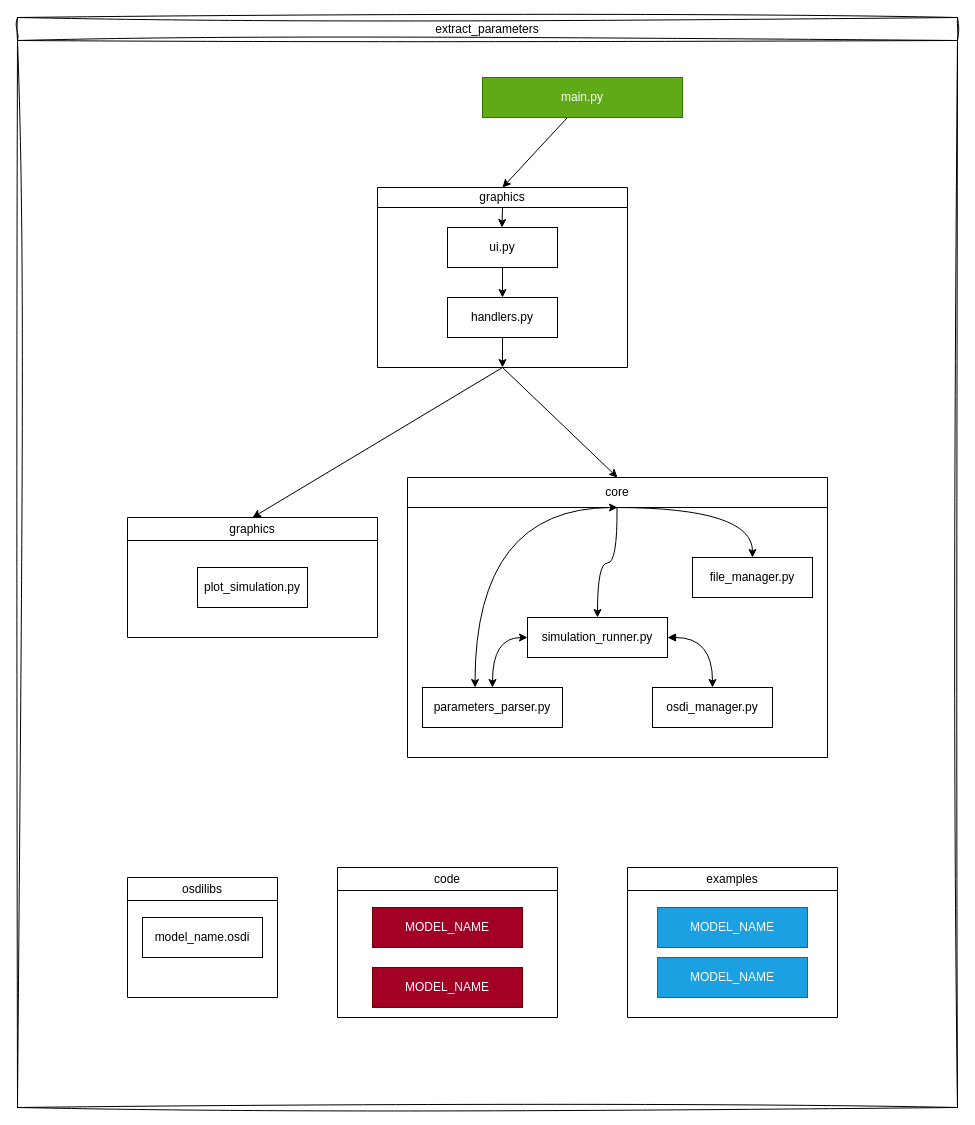
gilspi/extract_parameters keeps this draw.io diagram as project.drawio. Above is the earlier version. Source tidied: cells renumbered, new cells numbered last; positions are measured from the earlier drawing's top-left corner, leaving out a move shared by most shapes. Both pictures are drawn from the tidied source at 100%, with x=0, y=0 at pixel (17, 17).
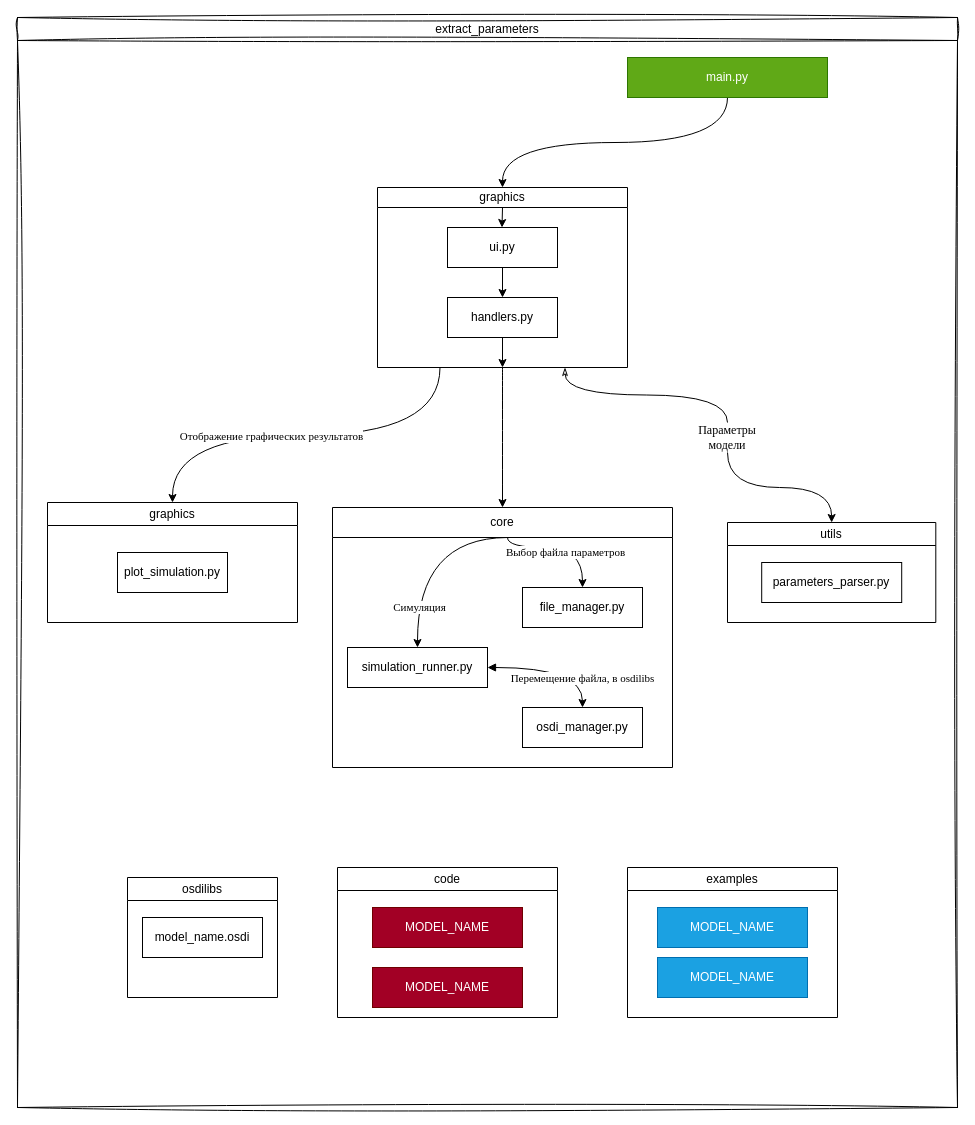
The same page after the edit.

Unchanged cells that the change refers to:
```xml
<mxCell id="2" value="extract_parameters" style="swimlane;whiteSpace=wrap;html=1;fontStyle=0;sketch=1;curveFitting=1;jiggle=2;" parent="1" vertex="1">
  <mxGeometry width="940" height="1090" as="geometry" />
</mxCell>
<mxCell id="8" style="edgeStyle=orthogonalEdgeStyle;html=1;exitX=1;exitY=0.5;exitDx=0;exitDy=0;entryX=0.5;entryY=0;entryDx=0;entryDy=0;curved=1;startArrow=block;startFill=1;" parent="5" edge="1" source="10" target="7">
  <mxGeometry relative="1" as="geometry" />
</mxCell>
<mxCell id="17" value="graphics" style="swimlane;whiteSpace=wrap;html=1;fontStyle=0;startSize=20;" parent="2" vertex="1">
  <mxGeometry x="360" y="170" width="250" height="180" as="geometry" />
</mxCell>
```

Diff of the diagram source:
```diff
@@
-    <mxCell id="3" style="edgeStyle=none;html=1;entryX=0.5;entryY=0;entryDx=0;entryDy=0;" parent="2" edge="1" target="17">
-      <mxGeometry relative="1" as="geometry">
-        <mxPoint x="550" y="100" as="sourcePoint" />
-      </mxGeometry>
+    <mxCell id="3" style="edgeStyle=orthogonalEdgeStyle;html=1;entryX=0.5;entryY=0;entryDx=0;entryDy=0;exitX=0.5;exitY=1;exitDx=0;exitDy=0;curved=1;" parent="2" edge="1" source="4" target="17">
+      <mxGeometry relative="1" as="geometry" />
     </mxCell>
     <mxCell id="4" value="main.py" style="rounded=0;whiteSpace=wrap;html=1;fillColor=#60a917;fontColor=#ffffff;strokeColor=#2D7600;" parent="2" vertex="1">
-      <mxGeometry x="465" y="60" width="200" height="40" as="geometry" />
+      <mxGeometry x="610" y="40" width="200" height="40" as="geometry" />
     </mxCell>
     <mxCell id="5" value="core" style="swimlane;whiteSpace=wrap;html=1;fontStyle=0;startSize=30;" parent="2" vertex="1">
-      <mxGeometry x="390" y="460" width="420" height="280" as="geometry" />
+      <mxGeometry x="315" y="490" width="340" height="260" as="geometry" />
     </mxCell>
-    <mxCell id="6" value="parameters_parser.py" style="rounded=0;whiteSpace=wrap;html=1;" parent="5" vertex="1">
-      <mxGeometry x="15" y="210" width="140" height="40" as="geometry" />
-    </mxCell>
     <mxCell id="7" value="osdi_manager.py" style="rounded=0;whiteSpace=wrap;html=1;" parent="5" vertex="1">
-      <mxGeometry x="245" y="210" width="120" height="40" as="geometry" />
+      <mxGeometry x="190" y="200" width="120" height="40" as="geometry" />
     </mxCell>
@@
-    <mxCell id="9" style="edgeStyle=orthogonalEdgeStyle;html=1;exitX=0;exitY=0.5;exitDx=0;exitDy=0;entryX=0.5;entryY=0;entryDx=0;entryDy=0;curved=1;startArrow=classic;startFill=1;" parent="5" edge="1" source="10" target="6">
-      <mxGeometry relative="1" as="geometry" />
-    </mxCell>
+    <mxCell id="33" value="Перемещение файла, в osdilibs" style="edgeLabel;html=1;align=center;verticalAlign=middle;fontFamily=Times New Roman;" parent="8" vertex="1">
+      <mxGeometry x="-0.03" y="-6" relative="1" as="geometry">
+        <mxPoint x="29" y="4" as="offset" />
+      </mxGeometry>
+    </mxCell>
     <mxCell id="10" value="simulation_runner.py" style="rounded=0;whiteSpace=wrap;html=1;" parent="5" vertex="1">
-      <mxGeometry x="120" y="140" width="140" height="40" as="geometry" />
+      <mxGeometry x="15" y="140" width="140" height="40" as="geometry" />
     </mxCell>
     <mxCell id="11" style="edgeStyle=orthogonalEdgeStyle;html=1;entryX=0.5;entryY=0;entryDx=0;entryDy=0;curved=1;startArrow=none;startFill=0;" parent="5" edge="1" target="12">
       <mxGeometry relative="1" as="geometry">
-        <mxPoint x="210" y="30" as="sourcePoint" />
+        <mxPoint x="175" y="30" as="sourcePoint" />
+        <Array as="points">
+          <mxPoint x="175" y="40" />
+          <mxPoint x="250" y="40" />
+        </Array>
       </mxGeometry>
     </mxCell>
+    <mxCell id="34" value="Выбор файла параметров" style="edgeLabel;html=1;align=center;verticalAlign=middle;fontFamily=Times New Roman;" parent="11" vertex="1">
+      <mxGeometry x="0.07" y="-4" relative="1" as="geometry" />
+    </mxCell>
     <mxCell id="12" value="file_manager.py" style="rounded=0;whiteSpace=wrap;html=1;" parent="5" vertex="1">
-      <mxGeometry x="285" y="80" width="120" height="40" as="geometry" />
+      <mxGeometry x="190" y="80" width="120" height="40" as="geometry" />
     </mxCell>
-    <mxCell id="13" style="edgeStyle=orthogonalEdgeStyle;html=1;exitX=0.5;exitY=1;exitDx=0;exitDy=0;entryX=0.5;entryY=0;entryDx=0;entryDy=0;curved=1;startArrow=none;startFill=0;" parent="5" edge="1" target="10">
+    <mxCell id="13" style="edgeStyle=orthogonalEdgeStyle;html=1;entryX=0.5;entryY=0;entryDx=0;entryDy=0;curved=1;startArrow=none;startFill=0;" parent="5" edge="1" target="10">
       <mxGeometry relative="1" as="geometry">
-        <mxPoint x="209.5" y="30" as="sourcePoint" />
+        <mxPoint x="175" y="30" as="sourcePoint" />
       </mxGeometry>
     </mxCell>
-    <mxCell id="14" style="edgeStyle=orthogonalEdgeStyle;html=1;entryX=0.5;entryY=0;entryDx=0;entryDy=0;curved=1;startArrow=classic;startFill=1;" parent="5" edge="1">
-      <mxGeometry relative="1" as="geometry">
-        <mxPoint x="210" y="30" as="sourcePoint" />
-        <mxPoint x="67.5" y="210" as="targetPoint" />
-      </mxGeometry>
-    </mxCell>
+    <mxCell id="35" value="Симуляция" style="edgeLabel;html=1;align=center;verticalAlign=middle;fontFamily=Times New Roman;" parent="13" vertex="1">
+      <mxGeometry x="0.59" y="1" relative="1" as="geometry" />
+    </mxCell>
-    <mxCell id="15" style="edgeStyle=none;html=1;exitX=0.5;exitY=1;exitDx=0;exitDy=0;entryX=0.5;entryY=0;entryDx=0;entryDy=0;" parent="2" edge="1" source="17" target="5">
+    <mxCell id="15" style="edgeStyle=orthogonalEdgeStyle;html=1;exitX=0.5;exitY=1;exitDx=0;exitDy=0;entryX=0.5;entryY=0;entryDx=0;entryDy=0;curved=1;" parent="2" edge="1" source="17" target="5">
       <mxGeometry relative="1" as="geometry" />
     </mxCell>
-    <mxCell id="16" style="edgeStyle=none;html=1;entryX=0.5;entryY=0;entryDx=0;entryDy=0;exitX=0.5;exitY=1;exitDx=0;exitDy=0;" parent="2" edge="1" source="17" target="31">
+    <mxCell id="16" style="edgeStyle=orthogonalEdgeStyle;html=1;entryX=0.5;entryY=0;entryDx=0;entryDy=0;exitX=0.25;exitY=1;exitDx=0;exitDy=0;curved=1;" parent="2" edge="1" source="17" target="31">
       <mxGeometry relative="1" as="geometry" />
     </mxCell>
+    <mxCell id="36" value="Отображение графических результатов" style="edgeLabel;html=1;align=center;verticalAlign=middle;fontFamily=Times New Roman;" parent="16" vertex="1">
+      <mxGeometry x="0.18" y="1" relative="1" as="geometry" />
+    </mxCell>
+    <mxCell id="37" style="edgeStyle=orthogonalEdgeStyle;curved=1;html=1;exitX=0.5;exitY=1;exitDx=0;exitDy=0;entryX=0.5;entryY=0;entryDx=0;entryDy=0;startArrow=none;startFill=0;fontFamily=Times New Roman;" parent="2" edge="1" source="40" target="38">
+      <mxGeometry relative="1" as="geometry" />
+    </mxCell>
@@
     <mxCell id="31" value="graphics" style="swimlane;whiteSpace=wrap;html=1;fontStyle=0;" parent="2" vertex="1">
-      <mxGeometry x="110" y="500" width="250" height="120" as="geometry" />
+      <mxGeometry x="30" y="485" width="250" height="120" as="geometry" />
     </mxCell>
@@
+    <mxCell id="38" value="utils" style="swimlane;whiteSpace=wrap;html=1;fontStyle=0;" parent="2" vertex="1">
+      <mxGeometry x="710" y="505" width="208.3" height="100" as="geometry" />
+    </mxCell>
+    <mxCell id="6" value="parameters_parser.py" style="rounded=0;whiteSpace=wrap;html=1;" parent="38" vertex="1">
+      <mxGeometry x="34.2" y="40" width="140" height="40" as="geometry" />
+    </mxCell>
+    <mxCell id="39" style="edgeStyle=orthogonalEdgeStyle;curved=1;html=1;exitX=0.75;exitY=1;exitDx=0;exitDy=0;entryX=0.5;entryY=0;entryDx=0;entryDy=0;startArrow=classicThin;startFill=0;fontFamily=Times New Roman;endArrow=none;" parent="2" edge="1" source="17" target="40">
+      <mxGeometry relative="1" as="geometry" />
+    </mxCell>
+    <mxCell id="40" value="Параметры модели" style="text;html=1;strokeColor=none;fillColor=none;align=center;verticalAlign=middle;whiteSpace=wrap;rounded=0;fontFamily=Times New Roman;" parent="2" vertex="1">
+      <mxGeometry x="680" y="405" width="60" height="30" as="geometry" />
+    </mxCell>
```
